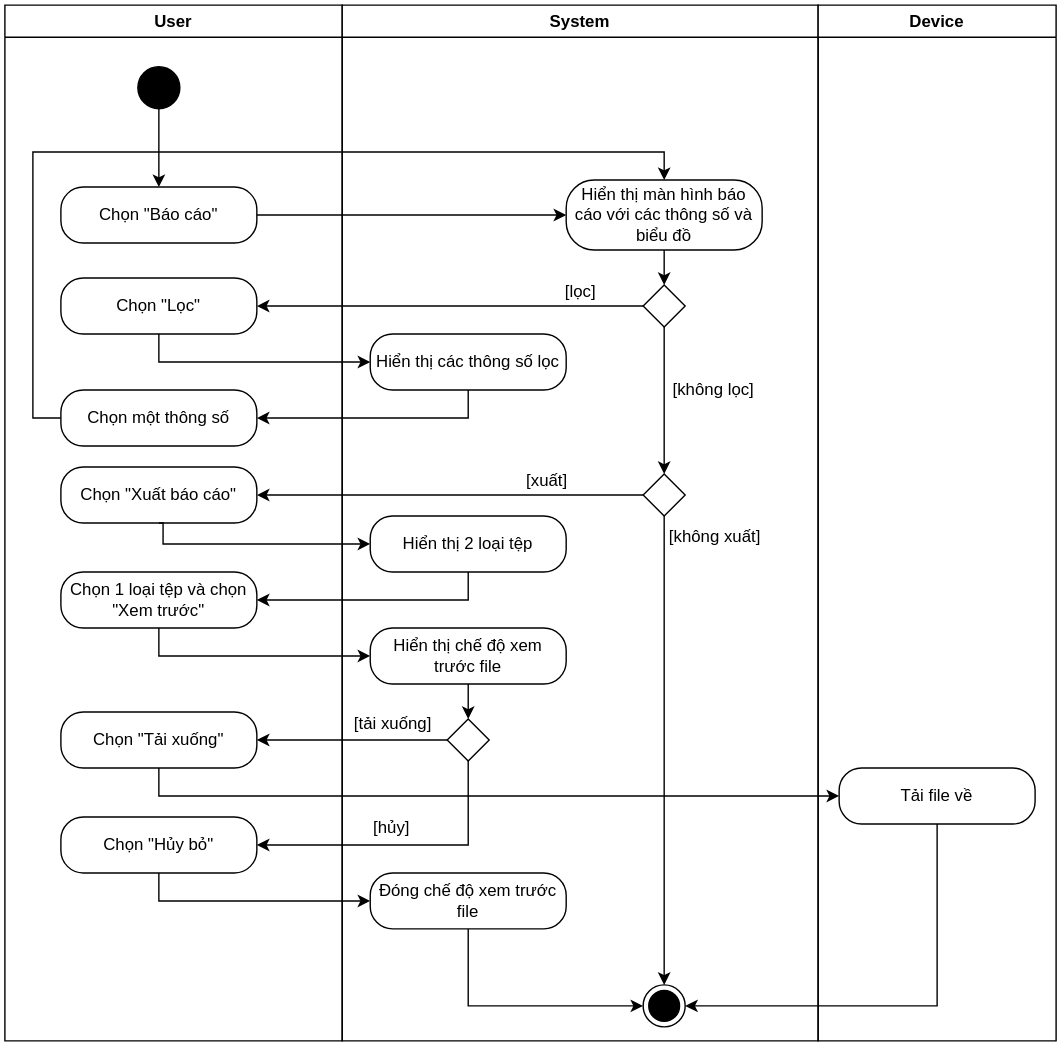
Above: Dg_Activity/Activity Diagram-Report.svg in DavidNguyen2212/DACN-TN_Chatbot_for_Enterprise (draw.io), before the change. Source tidied: cells renumbered, new cells last; positions are measured from the earlier drawing's top-left corner, leaving out a move shared by most shapes.
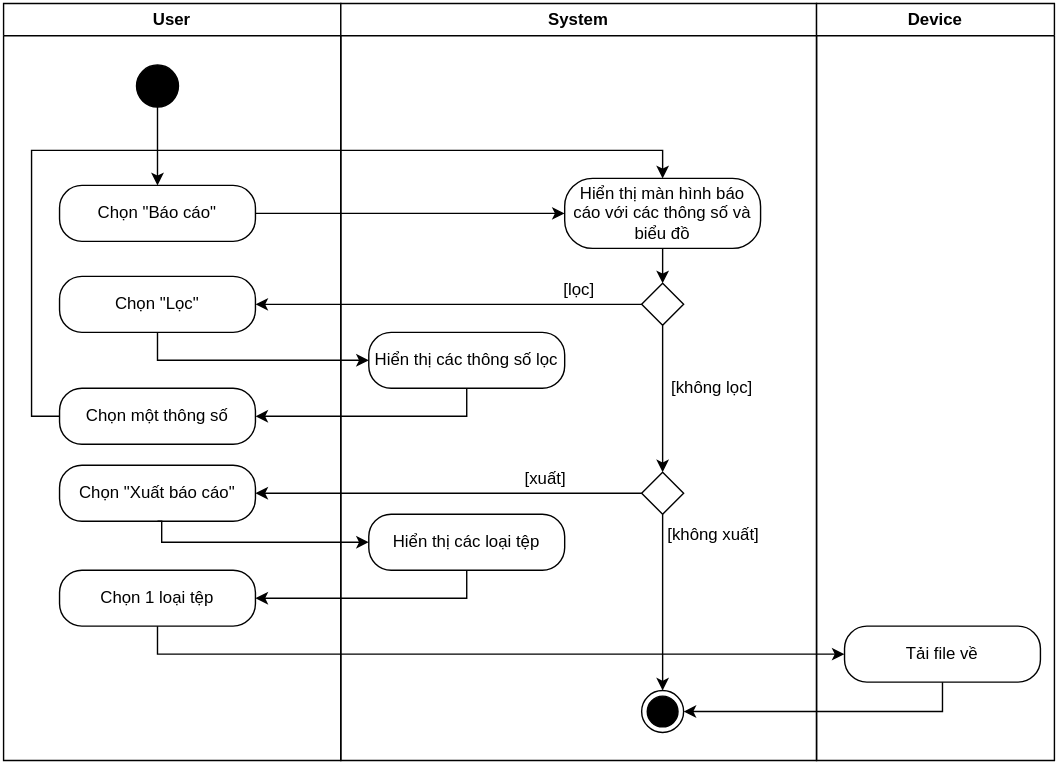
Later version of the same file.

What changed in the source:
```diff
@@ -3,7 +3,7 @@
     <mxCell id="0" />
     <mxCell id="1" parent="0" />
     <mxCell id="2" value="User" style="swimlane;whiteSpace=wrap;html=1;" parent="1" vertex="1">
-      <mxGeometry width="241" height="740" as="geometry" />
+      <mxGeometry width="241" height="541" as="geometry" />
     </mxCell>
     <mxCell id="3" style="edgeStyle=orthogonalEdgeStyle;rounded=0;jettySize=auto;html=1;entryX=0.5;entryY=0;entryDx=0;entryDy=0;" parent="2" edge="1" source="4" target="5">
       <mxGeometry relative="1" as="geometry" />
@@ -23,17 +23,11 @@
     <mxCell id="8" value="Chọn một thông số" style="rounded=1;whiteSpace=wrap;html=1;arcSize=40;" parent="2" vertex="1">
       <mxGeometry x="40" y="275" width="140" height="40" as="geometry" />
     </mxCell>
-    <mxCell id="9" value="Chọn 1 loại tệp và chọn &quot;Xem trước&quot;" style="rounded=1;whiteSpace=wrap;html=1;arcSize=40;" parent="2" vertex="1">
+    <mxCell id="9" value="Chọn 1 loại tệp" style="rounded=1;whiteSpace=wrap;html=1;arcSize=40;" parent="2" vertex="1">
       <mxGeometry x="40" y="405" width="140" height="40" as="geometry" />
     </mxCell>
-    <mxCell id="10" value="Chọn &quot;Tải xuống&quot;" style="rounded=1;whiteSpace=wrap;html=1;arcSize=40;" parent="2" vertex="1">
-      <mxGeometry x="40" y="505" width="140" height="40" as="geometry" />
-    </mxCell>
-    <mxCell id="11" value="Chọn &quot;Hủy bỏ&quot;" style="rounded=1;whiteSpace=wrap;html=1;arcSize=40;" parent="2" vertex="1">
-      <mxGeometry x="40" y="580" width="140" height="40" as="geometry" />
-    </mxCell>
     <mxCell id="12" value="System" style="swimlane;whiteSpace=wrap;html=1;" parent="1" vertex="1">
-      <mxGeometry x="241" width="340" height="740" as="geometry" />
+      <mxGeometry x="241" width="340" height="541" as="geometry" />
     </mxCell>
     <mxCell id="13" style="edgeStyle=orthogonalEdgeStyle;rounded=0;jettySize=auto;html=1;exitX=0.5;exitY=1;exitDx=0;exitDy=0;entryX=0.5;entryY=0;entryDx=0;entryDy=0;" parent="12" edge="1" source="14" target="16">
       <mxGeometry relative="1" as="geometry" />
@@ -42,7 +36,7 @@
       <mxGeometry x="160" y="125" width="140" height="50" as="geometry" />
     </mxCell>
     <mxCell id="15" style="ellipse;html=1;shape=endState;fillColor=strokeColor;" parent="12" vertex="1">
-      <mxGeometry x="215" y="700" width="30" height="30" as="geometry" />
+      <mxGeometry x="215" y="491" width="30" height="30" as="geometry" />
     </mxCell>
     <mxCell id="16" style="rhombus;whiteSpace=wrap;html=1;" parent="12" vertex="1">
       <mxGeometry x="215" y="200" width="30" height="30" as="geometry" />
@@ -71,30 +65,9 @@
     <mxCell id="24" value="[xuất]" style="text;html=1;align=center;verticalAlign=middle;strokeColor=none;fillColor=none;" parent="12" vertex="1">
       <mxGeometry x="122" y="327" width="47" height="26" as="geometry" />
     </mxCell>
-    <mxCell id="25" value="Hiển thị 2 loại tệp" style="rounded=1;whiteSpace=wrap;html=1;arcSize=40;" parent="12" vertex="1">
+    <mxCell id="25" value="Hiển thị các loại tệp" style="rounded=1;whiteSpace=wrap;html=1;arcSize=40;" parent="12" vertex="1">
       <mxGeometry x="20" y="365" width="140" height="40" as="geometry" />
     </mxCell>
-    <mxCell id="26" style="edgeStyle=orthogonalEdgeStyle;rounded=0;jettySize=auto;html=1;exitX=0.5;exitY=1;exitDx=0;exitDy=0;entryX=0;entryY=0.5;entryDx=0;entryDy=0;" parent="12" edge="1" source="27" target="28">
-      <mxGeometry relative="1" as="geometry" />
-    </mxCell>
-    <mxCell id="27" value="Hiển thị chế độ xem trư&lt;span style=&quot;color: rgba(0, 0, 0, 0); font-family: monospace; font-size: 0px; text-align: start; text-wrap: nowrap;&quot;&gt;%3CmxGraphModel%3E%3Croot%3E%3CmxCell%20id%3D%220%22%2F%3E%3CmxCell%20id%3D%221%22%20parent%3D%220%22%2F%3E%3CmxCell%20id%3D%222%22%20value%3D%22Ch%E1%BB%8Dn%201%20lo%E1%BA%A1i%20t%E1%BB%87p%20v%C3%A0%20ch%E1%BB%8Dn%20%26quot%3BXem%20tr%C6%B0%E1%BB%9Bc%26quot%3B%22%20style%3D%22rounded%3D1%3BwhiteSpace%3Dwrap%3Bhtml%3D1%3BarcSize%3D40%3B%22%20vertex%3D%221%22%20parent%3D%221%22%3E%3CmxGeometry%20x%3D%22160%22%20y%3D%22605%22%20width%3D%22140%22%20height%3D%2240%22%20as%3D%22geometry%22%2F%3E%3C%2FmxCell%3E%3C%2Froot%3E%3C%2FmxGraphModel%3E&lt;/span&gt;ớc file" style="rounded=1;whiteSpace=wrap;html=1;arcSize=40;" parent="12" vertex="1">
-      <mxGeometry x="20" y="445" width="140" height="40" as="geometry" />
-    </mxCell>
-    <mxCell id="28" style="rhombus;whiteSpace=wrap;html=1;direction=south;" parent="12" vertex="1">
-      <mxGeometry x="75" y="510" width="30" height="30" as="geometry" />
-    </mxCell>
-    <mxCell id="29" style="edgeStyle=orthogonalEdgeStyle;rounded=0;jettySize=auto;html=1;exitX=0.5;exitY=1;exitDx=0;exitDy=0;entryX=0;entryY=0.5;entryDx=0;entryDy=0;" parent="12" edge="1" source="30" target="15">
-      <mxGeometry relative="1" as="geometry" />
-    </mxCell>
-    <mxCell id="30" value="Đóng chế độ xem trước file" style="rounded=1;whiteSpace=wrap;html=1;arcSize=40;" parent="12" vertex="1">
-      <mxGeometry x="20" y="620" width="140" height="40" as="geometry" />
-    </mxCell>
-    <mxCell id="31" value="[tải xuống]" style="text;html=1;align=center;verticalAlign=middle;strokeColor=none;fillColor=none;" parent="12" vertex="1">
-      <mxGeometry x="-1" y="501" width="73" height="26" as="geometry" />
-    </mxCell>
-    <mxCell id="32" value="[hủy]" style="text;html=1;align=center;verticalAlign=middle;strokeColor=none;fillColor=none;" parent="12" vertex="1">
-      <mxGeometry x="13" y="575" width="44" height="26" as="geometry" />
-    </mxCell>
     <mxCell id="33" style="edgeStyle=orthogonalEdgeStyle;rounded=0;jettySize=auto;html=1;entryX=0;entryY=0.5;entryDx=0;entryDy=0;" parent="1" edge="1" source="5" target="14">
       <mxGeometry relative="1" as="geometry" />
     </mxCell>
@@ -125,26 +98,14 @@
       <mxGeometry relative="1" as="geometry" />
     </mxCell>
     <mxCell id="41" value="Device" style="swimlane;whiteSpace=wrap;html=1;" parent="1" vertex="1">
-      <mxGeometry x="581" width="170" height="740" as="geometry" />
+      <mxGeometry x="581" width="170" height="541" as="geometry" />
     </mxCell>
     <mxCell id="42" value="Tải file về" style="rounded=1;whiteSpace=wrap;html=1;arcSize=40;" parent="41" vertex="1">
-      <mxGeometry x="15" y="545" width="140" height="40" as="geometry" />
+      <mxGeometry x="20" y="445" width="140" height="40" as="geometry" />
     </mxCell>
-    <mxCell id="43" style="edgeStyle=orthogonalEdgeStyle;rounded=0;jettySize=auto;html=1;exitX=0.5;exitY=1;exitDx=0;exitDy=0;entryX=0;entryY=0.5;entryDx=0;entryDy=0;" parent="1" edge="1" source="9" target="27">
+    <mxCell id="43" style="edgeStyle=orthogonalEdgeStyle;rounded=0;jettySize=auto;html=1;exitX=0.5;exitY=1;exitDx=0;exitDy=0;entryX=0;entryY=0.5;entryDx=0;entryDy=0;" parent="1" edge="1" source="9" target="42">
       <mxGeometry relative="1" as="geometry" />
     </mxCell>
-    <mxCell id="44" style="edgeStyle=orthogonalEdgeStyle;rounded=0;jettySize=auto;html=1;exitX=0.5;exitY=1;exitDx=0;exitDy=0;entryX=0;entryY=0.5;entryDx=0;entryDy=0;" parent="1" edge="1" source="10" target="42">
-      <mxGeometry relative="1" as="geometry" />
-    </mxCell>
-    <mxCell id="45" style="edgeStyle=orthogonalEdgeStyle;rounded=0;jettySize=auto;html=1;exitX=0.5;exitY=1;exitDx=0;exitDy=0;entryX=1;entryY=0.5;entryDx=0;entryDy=0;" parent="1" edge="1" source="28" target="10">
-      <mxGeometry relative="1" as="geometry" />
-    </mxCell>
-    <mxCell id="46" style="edgeStyle=orthogonalEdgeStyle;rounded=0;jettySize=auto;html=1;exitX=1;exitY=0.5;exitDx=0;exitDy=0;entryX=1;entryY=0.5;entryDx=0;entryDy=0;" parent="1" edge="1" source="28" target="11">
-      <mxGeometry relative="1" as="geometry" />
-    </mxCell>
-    <mxCell id="47" style="edgeStyle=orthogonalEdgeStyle;rounded=0;jettySize=auto;html=1;exitX=0.5;exitY=1;exitDx=0;exitDy=0;entryX=0;entryY=0.5;entryDx=0;entryDy=0;" parent="1" edge="1" source="11" target="30">
-      <mxGeometry relative="1" as="geometry" />
-    </mxCell>
     <mxCell id="48" style="edgeStyle=orthogonalEdgeStyle;rounded=0;jettySize=auto;html=1;exitX=0.5;exitY=1;exitDx=0;exitDy=0;entryX=1;entryY=0.5;entryDx=0;entryDy=0;" parent="1" edge="1" source="42" target="15">
       <mxGeometry relative="1" as="geometry" />
     </mxCell>
```
